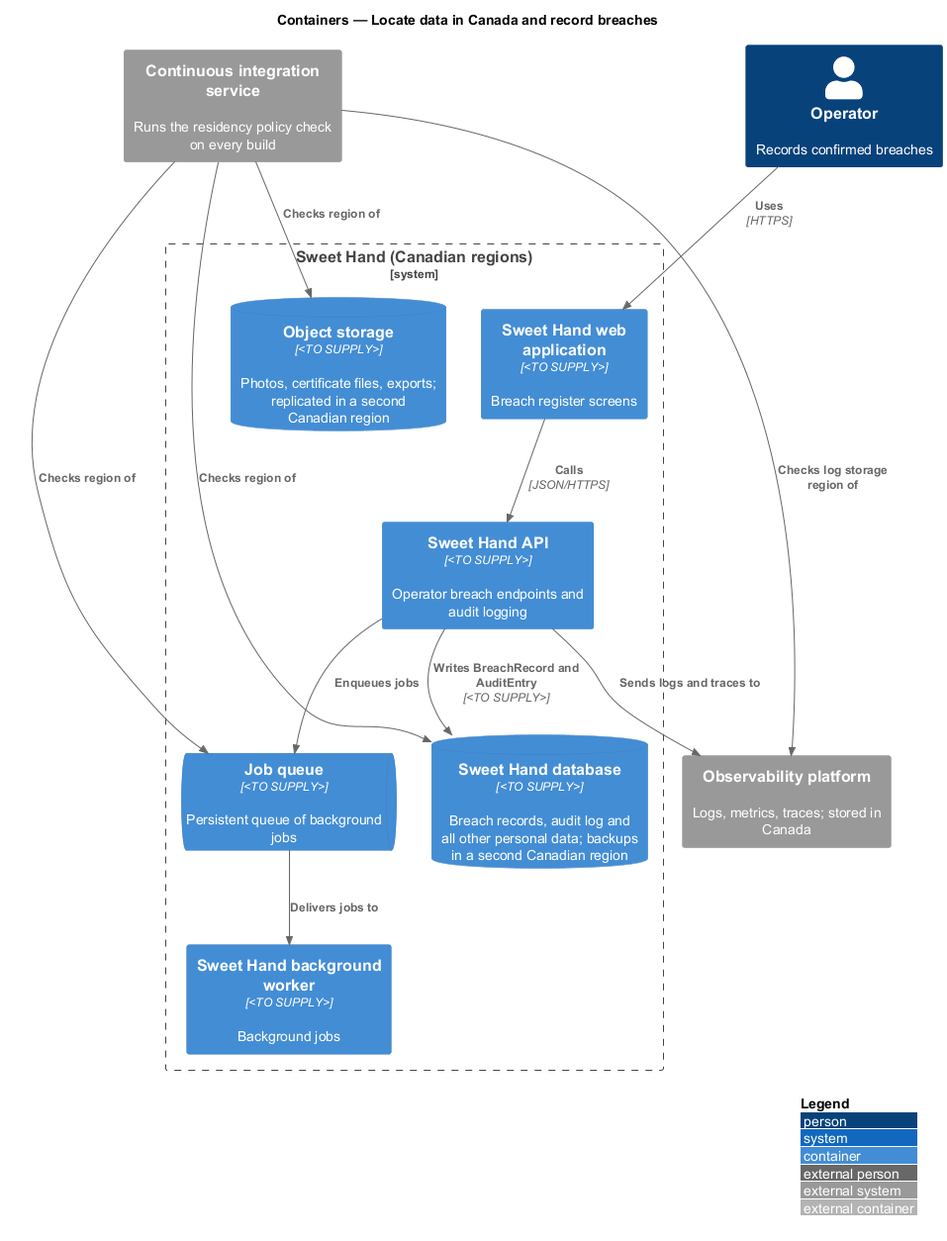
The PlantUML diagram docs/detailed-designs/privacy/locate-data-and-record-breaches/diagrams/c4-container.png in QuinntyneBrown/sweet-hand, before a commit.
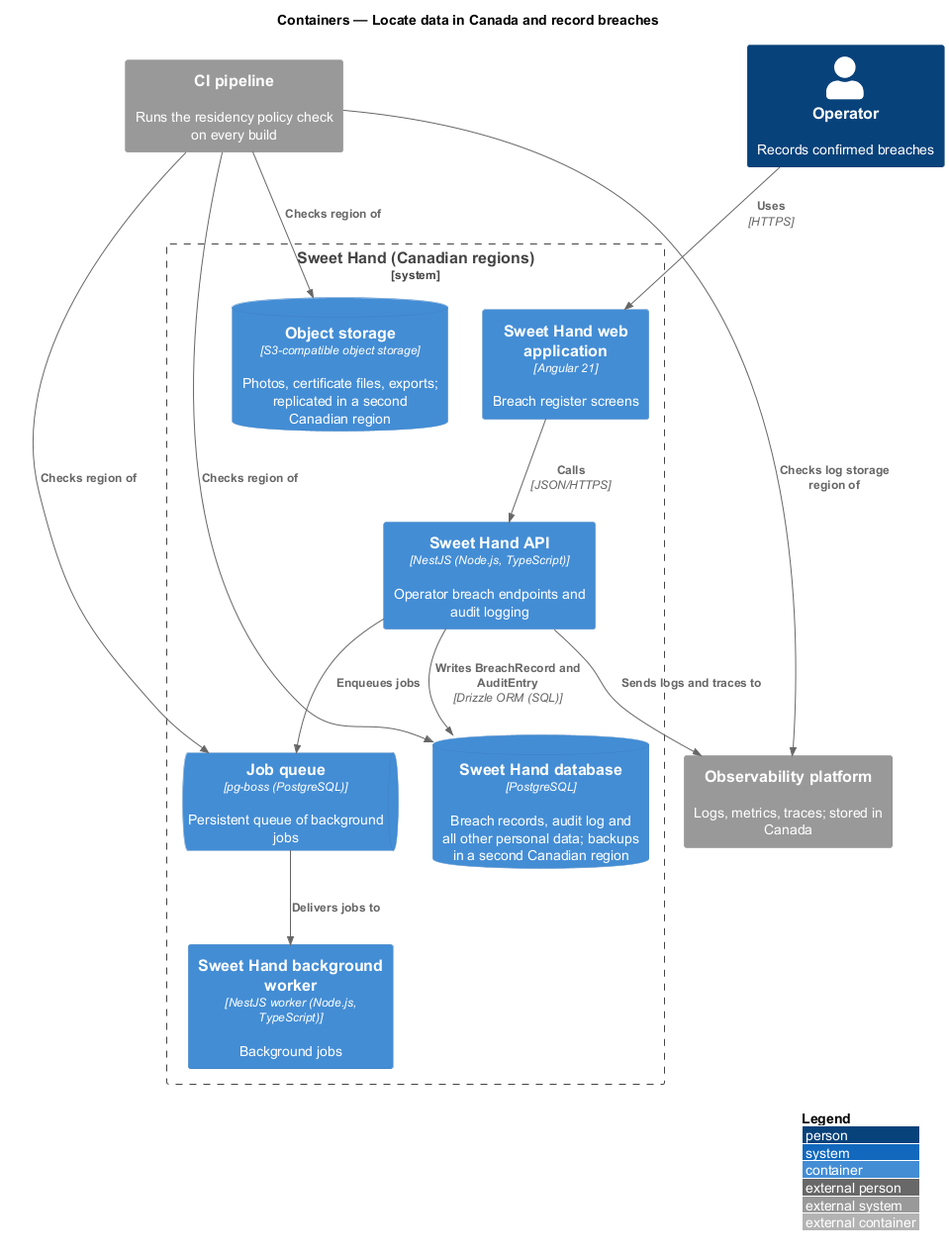
Above is the later version.

The edit, as a diff of the source:
```diff
@@ -4,21 +4,21 @@
 title Containers — Locate data in Canada and record breaches
 
 Person(operator, "Operator", "Records confirmed breaches")
-System_Ext(ci, "Continuous integration service", "Runs the residency policy check on every build")
+System_Ext(ci, "CI pipeline", "Runs the residency policy check on every build")
 System_Ext(obs, "Observability platform", "Logs, metrics, traces; stored in Canada")
 
 System_Boundary(sweethand, "Sweet Hand (Canadian regions)") {
-  Container(web, "Sweet Hand web application", "<TO SUPPLY>", "Breach register screens")
-  Container(api, "Sweet Hand API", "<TO SUPPLY>", "Operator breach endpoints and audit logging")
-  Container(worker, "Sweet Hand background worker", "<TO SUPPLY>", "Background jobs")
-  ContainerQueue(queue, "Job queue", "<TO SUPPLY>", "Persistent queue of background jobs")
-  ContainerDb(db, "Sweet Hand database", "<TO SUPPLY>", "Breach records, audit log and all other personal data; backups in a second Canadian region")
-  ContainerDb(storage, "Object storage", "<TO SUPPLY>", "Photos, certificate files, exports; replicated in a second Canadian region")
+  Container(web, "Sweet Hand web application", "Angular 21", "Breach register screens")
+  Container(api, "Sweet Hand API", "NestJS (Node.js, TypeScript)", "Operator breach endpoints and audit logging")
+  Container(worker, "Sweet Hand background worker", "NestJS worker (Node.js, TypeScript)", "Background jobs")
+  ContainerQueue(queue, "Job queue", "pg-boss (PostgreSQL)", "Persistent queue of background jobs")
+  ContainerDb(db, "Sweet Hand database", "PostgreSQL", "Breach records, audit log and all other personal data; backups in a second Canadian region")
+  ContainerDb(storage, "Object storage", "S3-compatible object storage", "Photos, certificate files, exports; replicated in a second Canadian region")
 }
 
 Rel(operator, web, "Uses", "HTTPS")
 Rel(web, api, "Calls", "JSON/HTTPS")
-Rel(api, db, "Writes BreachRecord and AuditEntry", "<TO SUPPLY>")
+Rel(api, db, "Writes BreachRecord and AuditEntry", "Drizzle ORM (SQL)")
 Rel(api, queue, "Enqueues jobs")
 Rel(queue, worker, "Delivers jobs to")
 Rel(api, obs, "Sends logs and traces to")
```
